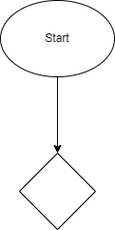
This is explore/diagramming/diagram.drawio.png from ibraheem-syed/sp24-cse110-lab4, a draw.io export, as it was before one commit. Source tidied: cells renumbered, new cells last; positions are measured from the earlier drawing's top-left corner, leaving out a move shared by most shapes. The source it was exported from:
```xml
<mxGraphModel>
  <root>
    <mxCell id="0" />
    <mxCell id="1" parent="0" />
    <mxCell id="2" style="edgeStyle=none;html=1;entryX=0.5;entryY=0;entryDx=0;entryDy=0;" parent="1" edge="1" source="3" target="4">
      <mxGeometry relative="1" as="geometry" />
    </mxCell>
    <mxCell id="3" value="Start" style="ellipse;whiteSpace=wrap;html=1;" parent="1" vertex="1">
      <mxGeometry width="120" height="80" as="geometry" />
    </mxCell>
    <mxCell id="4" style="rhombus;whiteSpace=wrap;html=1;" parent="1" vertex="1">
      <mxGeometry x="20" y="160" width="80" height="80" as="geometry" />
    </mxCell>
  </root>
</mxGraphModel>
```
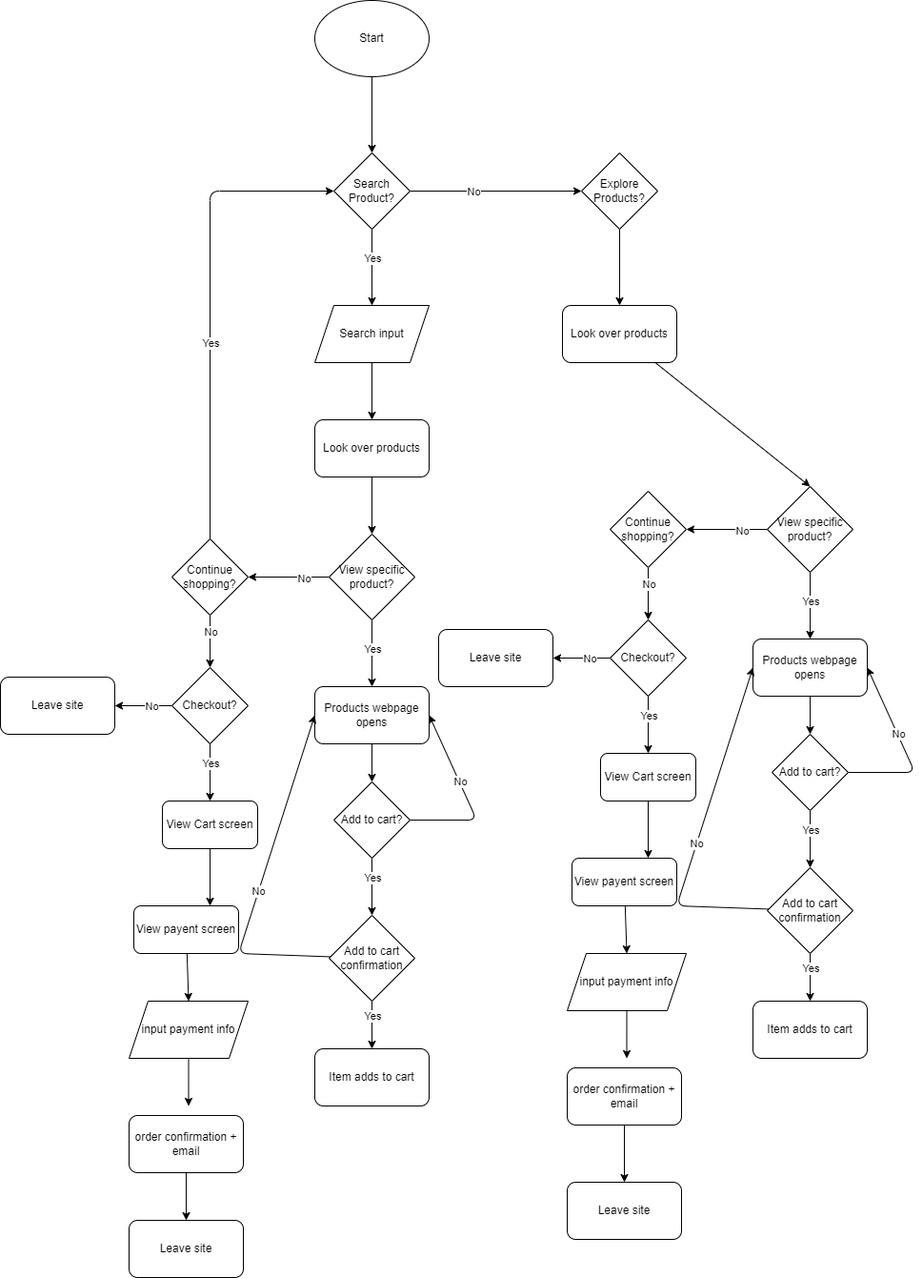
The same file after the commit.

Change to the diagram source:
```diff
@@ -8,8 +8,350 @@
     <mxCell id="3" value="Start" style="ellipse;whiteSpace=wrap;html=1;" parent="1" vertex="1">
       <mxGeometry width="120" height="80" as="geometry" />
     </mxCell>
+    <mxCell id="5" style="edgeStyle=none;html=1;entryX=0.5;entryY=0;entryDx=0;entryDy=0;" parent="1" edge="1" source="4" target="10">
+      <mxGeometry relative="1" as="geometry" />
+    </mxCell>
+    <mxCell id="6" value="Yes" style="edgeLabel;html=1;align=center;verticalAlign=middle;" parent="5" vertex="1">
+      <mxGeometry x="-0.26" relative="1" as="geometry" />
+    </mxCell>
+    <mxCell id="7" style="edgeStyle=none;html=1;entryX=0;entryY=0.5;entryDx=0;entryDy=0;" parent="1" edge="1" source="4" target="12">
+      <mxGeometry relative="1" as="geometry" />
+    </mxCell>
+    <mxCell id="8" value="No" style="edgeLabel;html=1;align=center;verticalAlign=middle;" parent="7" vertex="1">
+      <mxGeometry x="-0.26" relative="1" as="geometry" />
+    </mxCell>
-    <mxCell id="4" style="rhombus;whiteSpace=wrap;html=1;" parent="1" vertex="1">
+    <mxCell id="4" value="Search Product?" style="rhombus;whiteSpace=wrap;html=1;" parent="1" vertex="1">
       <mxGeometry x="20" y="160" width="80" height="80" as="geometry" />
     </mxCell>
+    <mxCell id="9" style="edgeStyle=none;html=1;" parent="1" edge="1" source="10">
+      <mxGeometry relative="1" as="geometry">
+        <mxPoint x="60" y="440" as="targetPoint" />
+      </mxGeometry>
+    </mxCell>
+    <mxCell id="10" value="Search input" style="shape=parallelogram;perimeter=parallelogramPerimeter;whiteSpace=wrap;html=1;fixedSize=1;" parent="1" vertex="1">
+      <mxGeometry y="320" width="120" height="60" as="geometry" />
+    </mxCell>
+    <mxCell id="11" style="edgeStyle=none;html=1;" parent="1" edge="1" source="12">
+      <mxGeometry relative="1" as="geometry">
+        <mxPoint x="320" y="320" as="targetPoint" />
+      </mxGeometry>
+    </mxCell>
+    <mxCell id="12" value="Explore Products?" style="rhombus;whiteSpace=wrap;html=1;" parent="1" vertex="1">
+      <mxGeometry x="280" y="160" width="80" height="80" as="geometry" />
+    </mxCell>
+    <mxCell id="13" style="edgeStyle=none;html=1;entryX=0.5;entryY=0;entryDx=0;entryDy=0;" parent="1" edge="1" source="14" target="21">
+      <mxGeometry relative="1" as="geometry" />
+    </mxCell>
+    <mxCell id="14" value="Look over products" style="rounded=1;whiteSpace=wrap;html=1;" parent="1" vertex="1">
+      <mxGeometry y="440" width="120" height="60" as="geometry" />
+    </mxCell>
+    <mxCell id="15" style="edgeStyle=none;html=1;entryX=0.5;entryY=0;entryDx=0;entryDy=0;" parent="1" edge="1" source="16" target="58">
+      <mxGeometry relative="1" as="geometry" />
+    </mxCell>
+    <mxCell id="16" value="Look over products" style="rounded=1;whiteSpace=wrap;html=1;" parent="1" vertex="1">
+      <mxGeometry x="260" y="320" width="120" height="60" as="geometry" />
+    </mxCell>
+    <mxCell id="17" style="edgeStyle=none;html=1;" parent="1" edge="1" source="21">
+      <mxGeometry relative="1" as="geometry">
+        <mxPoint x="60" y="720" as="targetPoint" />
+      </mxGeometry>
+    </mxCell>
+    <mxCell id="18" value="Yes" style="edgeLabel;html=1;align=center;verticalAlign=middle;" parent="17" vertex="1">
+      <mxGeometry x="-0.47" relative="1" as="geometry">
+        <mxPoint y="12" as="offset" />
+      </mxGeometry>
+    </mxCell>
+    <mxCell id="19" style="edgeStyle=none;html=1;" parent="1" edge="1" source="21">
+      <mxGeometry relative="1" as="geometry">
+        <mxPoint x="-70" y="605" as="targetPoint" />
+      </mxGeometry>
+    </mxCell>
+    <mxCell id="20" value="No" style="edgeLabel;html=1;align=center;verticalAlign=middle;" parent="19" vertex="1">
+      <mxGeometry x="-0.36" y="1" relative="1" as="geometry" />
+    </mxCell>
+    <mxCell id="21" value="View specific product?" style="rhombus;whiteSpace=wrap;html=1;" parent="1" vertex="1">
+      <mxGeometry x="15" y="560" width="90" height="90" as="geometry" />
+    </mxCell>
+    <mxCell id="22" style="edgeStyle=none;html=1;" parent="1" edge="1" source="23">
+      <mxGeometry relative="1" as="geometry">
+        <mxPoint x="60" y="820" as="targetPoint" />
+      </mxGeometry>
+    </mxCell>
+    <mxCell id="23" value="Products webpage opens" style="rounded=1;whiteSpace=wrap;html=1;" parent="1" vertex="1">
+      <mxGeometry y="720" width="120" height="60" as="geometry" />
+    </mxCell>
+    <mxCell id="24" style="edgeStyle=none;html=1;" parent="1" edge="1" source="28">
+      <mxGeometry relative="1" as="geometry">
+        <mxPoint x="60" y="960" as="targetPoint" />
+      </mxGeometry>
+    </mxCell>
+    <mxCell id="25" value="Yes" style="edgeLabel;html=1;align=center;verticalAlign=middle;" parent="24" vertex="1">
+      <mxGeometry x="0.47" y="-1" relative="1" as="geometry">
+        <mxPoint x="1" y="-24" as="offset" />
+      </mxGeometry>
+    </mxCell>
+    <mxCell id="26" style="edgeStyle=none;html=1;entryX=1;entryY=0.5;entryDx=0;entryDy=0;" parent="1" edge="1" source="28" target="23">
+      <mxGeometry relative="1" as="geometry">
+        <Array as="points">
+          <mxPoint x="170" y="860" />
+        </Array>
+      </mxGeometry>
+    </mxCell>
+    <mxCell id="27" value="No" style="edgeLabel;html=1;align=center;verticalAlign=middle;" parent="26" vertex="1">
+      <mxGeometry x="0.2" y="-1" relative="1" as="geometry">
+        <mxPoint y="1" as="offset" />
+      </mxGeometry>
+    </mxCell>
+    <mxCell id="28" value="Add to cart?" style="rhombus;whiteSpace=wrap;html=1;" parent="1" vertex="1">
+      <mxGeometry x="20" y="820" width="80" height="80" as="geometry" />
+    </mxCell>
+    <mxCell id="29" style="edgeStyle=none;html=1;" parent="1" edge="1" source="33">
+      <mxGeometry relative="1" as="geometry">
+        <mxPoint x="60" y="1100" as="targetPoint" />
+      </mxGeometry>
+    </mxCell>
+    <mxCell id="30" value="Yes" style="edgeLabel;html=1;align=center;verticalAlign=middle;" parent="29" vertex="1">
+      <mxGeometry x="-0.39" relative="1" as="geometry" />
+    </mxCell>
+    <mxCell id="31" style="edgeStyle=none;html=1;entryX=0;entryY=0.5;entryDx=0;entryDy=0;" parent="1" edge="1" source="33" target="23">
+      <mxGeometry relative="1" as="geometry">
+        <Array as="points">
+          <mxPoint x="-80" y="1000" />
+        </Array>
+      </mxGeometry>
+    </mxCell>
+    <mxCell id="32" value="No" style="edgeLabel;html=1;align=center;verticalAlign=middle;" parent="31" vertex="1">
+      <mxGeometry x="-0.08" relative="1" as="geometry" />
+    </mxCell>
+    <mxCell id="33" value="Add to cart confirmation" style="rhombus;whiteSpace=wrap;html=1;" parent="1" vertex="1">
+      <mxGeometry x="15" y="960" width="90" height="90" as="geometry" />
+    </mxCell>
+    <mxCell id="34" value="Item adds to cart" style="rounded=1;whiteSpace=wrap;html=1;" parent="1" vertex="1">
+      <mxGeometry y="1100" width="120" height="60" as="geometry" />
+    </mxCell>
+    <mxCell id="35" style="edgeStyle=none;html=1;entryX=0;entryY=0.5;entryDx=0;entryDy=0;" parent="1" edge="1" source="39" target="4">
+      <mxGeometry relative="1" as="geometry">
+        <Array as="points">
+          <mxPoint x="-110" y="200" />
+        </Array>
+      </mxGeometry>
+    </mxCell>
+    <mxCell id="36" value="Yes" style="edgeLabel;html=1;align=center;verticalAlign=middle;" parent="35" vertex="1">
+      <mxGeometry x="-0.17" relative="1" as="geometry" />
+    </mxCell>
+    <mxCell id="37" style="edgeStyle=none;html=1;" parent="1" edge="1" source="39">
+      <mxGeometry relative="1" as="geometry">
+        <mxPoint x="-110" y="700" as="targetPoint" />
+      </mxGeometry>
+    </mxCell>
+    <mxCell id="38" value="No" style="edgeLabel;html=1;align=center;verticalAlign=middle;" parent="37" vertex="1">
+      <mxGeometry x="-0.39" relative="1" as="geometry" />
+    </mxCell>
+    <mxCell id="39" value="Continue shopping?" style="rhombus;whiteSpace=wrap;html=1;" parent="1" vertex="1">
+      <mxGeometry x="-150" y="565" width="80" height="80" as="geometry" />
+    </mxCell>
+    <mxCell id="40" style="edgeStyle=none;html=1;" parent="1" edge="1" source="44">
+      <mxGeometry relative="1" as="geometry">
+        <mxPoint x="-110" y="840" as="targetPoint" />
+      </mxGeometry>
+    </mxCell>
+    <mxCell id="41" value="Yes" style="edgeLabel;html=1;align=center;verticalAlign=middle;" parent="40" vertex="1">
+      <mxGeometry x="-0.33" relative="1" as="geometry" />
+    </mxCell>
+    <mxCell id="42" style="edgeStyle=none;html=1;" parent="1" edge="1" source="44">
+      <mxGeometry relative="1" as="geometry">
+        <mxPoint x="-210" y="740" as="targetPoint" />
+      </mxGeometry>
+    </mxCell>
+    <mxCell id="43" value="No" style="edgeLabel;html=1;align=center;verticalAlign=middle;" parent="42" vertex="1">
+      <mxGeometry x="0.51" y="-1" relative="1" as="geometry">
+        <mxPoint x="23" y="1" as="offset" />
+      </mxGeometry>
+    </mxCell>
+    <mxCell id="44" value="Checkout?" style="rhombus;whiteSpace=wrap;html=1;" parent="1" vertex="1">
+      <mxGeometry x="-150" y="700" width="80" height="80" as="geometry" />
+    </mxCell>
+    <mxCell id="45" style="edgeStyle=none;html=1;" parent="1" edge="1" source="46">
+      <mxGeometry relative="1" as="geometry">
+        <mxPoint x="-110" y="950" as="targetPoint" />
+      </mxGeometry>
+    </mxCell>
+    <mxCell id="46" value="View Cart screen" style="rounded=1;whiteSpace=wrap;html=1;" parent="1" vertex="1">
+      <mxGeometry x="-160" y="840" width="100" height="50" as="geometry" />
+    </mxCell>
+    <mxCell id="47" style="edgeStyle=none;html=1;entryX=0.5;entryY=0;entryDx=0;entryDy=0;" parent="1" edge="1" source="48" target="50">
+      <mxGeometry relative="1" as="geometry" />
+    </mxCell>
+    <mxCell id="48" value="View payent screen" style="rounded=1;whiteSpace=wrap;html=1;" parent="1" vertex="1">
+      <mxGeometry x="-190" y="950" width="110" height="50" as="geometry" />
+    </mxCell>
+    <mxCell id="49" style="edgeStyle=none;html=1;" parent="1" edge="1" source="50">
+      <mxGeometry relative="1" as="geometry">
+        <mxPoint x="-132.5" y="1160" as="targetPoint" />
+      </mxGeometry>
+    </mxCell>
+    <mxCell id="50" value="input payment info" style="shape=parallelogram;perimeter=parallelogramPerimeter;whiteSpace=wrap;html=1;fixedSize=1;" parent="1" vertex="1">
+      <mxGeometry x="-195" y="1050" width="125" height="60" as="geometry" />
+    </mxCell>
+    <mxCell id="51" style="edgeStyle=none;html=1;" parent="1" edge="1" source="52">
+      <mxGeometry relative="1" as="geometry">
+        <mxPoint x="-135" y="1280" as="targetPoint" />
+      </mxGeometry>
+    </mxCell>
+    <mxCell id="52" value="order confirmation + email" style="rounded=1;whiteSpace=wrap;html=1;" parent="1" vertex="1">
+      <mxGeometry x="-195" y="1170" width="120" height="60" as="geometry" />
+    </mxCell>
+    <mxCell id="53" value="Leave site" style="rounded=1;whiteSpace=wrap;html=1;" parent="1" vertex="1">
+      <mxGeometry x="-330" y="710" width="120" height="60" as="geometry" />
+    </mxCell>
+    <mxCell id="54" style="edgeStyle=none;html=1;" parent="1" edge="1" source="58">
+      <mxGeometry relative="1" as="geometry">
+        <mxPoint x="520" y="670" as="targetPoint" />
+      </mxGeometry>
+    </mxCell>
+    <mxCell id="55" value="Yes" style="edgeLabel;html=1;align=center;verticalAlign=middle;" parent="54" vertex="1">
+      <mxGeometry x="-0.47" relative="1" as="geometry">
+        <mxPoint y="12" as="offset" />
+      </mxGeometry>
+    </mxCell>
+    <mxCell id="56" style="edgeStyle=none;html=1;" parent="1" edge="1" source="58">
+      <mxGeometry relative="1" as="geometry">
+        <mxPoint x="390" y="555" as="targetPoint" />
+      </mxGeometry>
+    </mxCell>
+    <mxCell id="57" value="No" style="edgeLabel;html=1;align=center;verticalAlign=middle;" parent="56" vertex="1">
+      <mxGeometry x="-0.36" y="1" relative="1" as="geometry" />
+    </mxCell>
+    <mxCell id="58" value="View specific product?" style="rhombus;whiteSpace=wrap;html=1;" parent="1" vertex="1">
+      <mxGeometry x="475" y="510" width="90" height="90" as="geometry" />
+    </mxCell>
+    <mxCell id="59" style="edgeStyle=none;html=1;" parent="1" edge="1" source="60">
+      <mxGeometry relative="1" as="geometry">
+        <mxPoint x="520" y="770" as="targetPoint" />
+      </mxGeometry>
+    </mxCell>
+    <mxCell id="60" value="Products webpage opens" style="rounded=1;whiteSpace=wrap;html=1;" parent="1" vertex="1">
+      <mxGeometry x="460" y="670" width="120" height="60" as="geometry" />
+    </mxCell>
+    <mxCell id="61" style="edgeStyle=none;html=1;" parent="1" edge="1" source="65">
+      <mxGeometry relative="1" as="geometry">
+        <mxPoint x="520" y="910" as="targetPoint" />
+      </mxGeometry>
+    </mxCell>
+    <mxCell id="62" value="Yes" style="edgeLabel;html=1;align=center;verticalAlign=middle;" parent="61" vertex="1">
+      <mxGeometry x="0.47" y="-1" relative="1" as="geometry">
+        <mxPoint x="1" y="-24" as="offset" />
+      </mxGeometry>
+    </mxCell>
+    <mxCell id="63" style="edgeStyle=none;html=1;entryX=1;entryY=0.5;entryDx=0;entryDy=0;" parent="1" edge="1" source="65" target="60">
+      <mxGeometry relative="1" as="geometry">
+        <Array as="points">
+          <mxPoint x="630" y="810" />
+        </Array>
+      </mxGeometry>
+    </mxCell>
+    <mxCell id="64" value="No" style="edgeLabel;html=1;align=center;verticalAlign=middle;" parent="63" vertex="1">
+      <mxGeometry x="0.2" y="-1" relative="1" as="geometry">
+        <mxPoint y="1" as="offset" />
+      </mxGeometry>
+    </mxCell>
+    <mxCell id="65" value="Add to cart?" style="rhombus;whiteSpace=wrap;html=1;" parent="1" vertex="1">
+      <mxGeometry x="480" y="770" width="80" height="80" as="geometry" />
+    </mxCell>
+    <mxCell id="66" style="edgeStyle=none;html=1;" parent="1" edge="1" source="70">
+      <mxGeometry relative="1" as="geometry">
+        <mxPoint x="520" y="1050" as="targetPoint" />
+      </mxGeometry>
+    </mxCell>
+    <mxCell id="67" value="Yes" style="edgeLabel;html=1;align=center;verticalAlign=middle;" parent="66" vertex="1">
+      <mxGeometry x="-0.39" relative="1" as="geometry" />
+    </mxCell>
+    <mxCell id="68" style="edgeStyle=none;html=1;entryX=0;entryY=0.5;entryDx=0;entryDy=0;" parent="1" edge="1" source="70" target="60">
+      <mxGeometry relative="1" as="geometry">
+        <Array as="points">
+          <mxPoint x="380" y="950" />
+        </Array>
+      </mxGeometry>
+    </mxCell>
+    <mxCell id="69" value="No" style="edgeLabel;html=1;align=center;verticalAlign=middle;" parent="68" vertex="1">
+      <mxGeometry x="-0.08" relative="1" as="geometry" />
+    </mxCell>
+    <mxCell id="70" value="Add to cart confirmation" style="rhombus;whiteSpace=wrap;html=1;" parent="1" vertex="1">
+      <mxGeometry x="475" y="910" width="90" height="90" as="geometry" />
+    </mxCell>
+    <mxCell id="71" value="Item adds to cart" style="rounded=1;whiteSpace=wrap;html=1;" parent="1" vertex="1">
+      <mxGeometry x="460" y="1050" width="120" height="60" as="geometry" />
+    </mxCell>
+    <mxCell id="72" style="edgeStyle=none;html=1;" parent="1" edge="1" source="74">
+      <mxGeometry relative="1" as="geometry">
+        <mxPoint x="350" y="650" as="targetPoint" />
+      </mxGeometry>
+    </mxCell>
+    <mxCell id="73" value="No" style="edgeLabel;html=1;align=center;verticalAlign=middle;" parent="72" vertex="1">
+      <mxGeometry x="-0.39" relative="1" as="geometry" />
+    </mxCell>
+    <mxCell id="74" value="Continue shopping?" style="rhombus;whiteSpace=wrap;html=1;" parent="1" vertex="1">
+      <mxGeometry x="310" y="515" width="80" height="80" as="geometry" />
+    </mxCell>
+    <mxCell id="75" style="edgeStyle=none;html=1;" parent="1" edge="1" source="79">
+      <mxGeometry relative="1" as="geometry">
+        <mxPoint x="350" y="790" as="targetPoint" />
+      </mxGeometry>
+    </mxCell>
+    <mxCell id="76" value="Yes" style="edgeLabel;html=1;align=center;verticalAlign=middle;" parent="75" vertex="1">
+      <mxGeometry x="-0.33" relative="1" as="geometry" />
+    </mxCell>
+    <mxCell id="77" style="edgeStyle=none;html=1;" parent="1" edge="1" source="79">
+      <mxGeometry relative="1" as="geometry">
+        <mxPoint x="250" y="690" as="targetPoint" />
+      </mxGeometry>
+    </mxCell>
+    <mxCell id="78" value="No" style="edgeLabel;html=1;align=center;verticalAlign=middle;" parent="77" vertex="1">
+      <mxGeometry x="0.51" y="-1" relative="1" as="geometry">
+        <mxPoint x="23" y="1" as="offset" />
+      </mxGeometry>
+    </mxCell>
+    <mxCell id="79" value="Checkout?" style="rhombus;whiteSpace=wrap;html=1;" parent="1" vertex="1">
+      <mxGeometry x="310" y="650" width="80" height="80" as="geometry" />
+    </mxCell>
+    <mxCell id="80" style="edgeStyle=none;html=1;" parent="1" edge="1" source="81">
+      <mxGeometry relative="1" as="geometry">
+        <mxPoint x="350" y="900" as="targetPoint" />
+      </mxGeometry>
+    </mxCell>
+    <mxCell id="81" value="View Cart screen" style="rounded=1;whiteSpace=wrap;html=1;" parent="1" vertex="1">
+      <mxGeometry x="300" y="790" width="100" height="50" as="geometry" />
+    </mxCell>
+    <mxCell id="82" style="edgeStyle=none;html=1;entryX=0.5;entryY=0;entryDx=0;entryDy=0;" parent="1" edge="1" source="83" target="85">
+      <mxGeometry relative="1" as="geometry" />
+    </mxCell>
+    <mxCell id="83" value="View payent screen" style="rounded=1;whiteSpace=wrap;html=1;" parent="1" vertex="1">
+      <mxGeometry x="270" y="900" width="110" height="50" as="geometry" />
+    </mxCell>
+    <mxCell id="84" style="edgeStyle=none;html=1;" parent="1" edge="1" source="85">
+      <mxGeometry relative="1" as="geometry">
+        <mxPoint x="327.5" y="1110" as="targetPoint" />
+      </mxGeometry>
+    </mxCell>
+    <mxCell id="85" value="input payment info" style="shape=parallelogram;perimeter=parallelogramPerimeter;whiteSpace=wrap;html=1;fixedSize=1;" parent="1" vertex="1">
+      <mxGeometry x="265" y="1000" width="125" height="60" as="geometry" />
+    </mxCell>
+    <mxCell id="86" style="edgeStyle=none;html=1;" parent="1" edge="1" source="87">
+      <mxGeometry relative="1" as="geometry">
+        <mxPoint x="325" y="1240" as="targetPoint" />
+      </mxGeometry>
+    </mxCell>
+    <mxCell id="87" value="order confirmation + email" style="rounded=1;whiteSpace=wrap;html=1;" parent="1" vertex="1">
+      <mxGeometry x="265" y="1120" width="120" height="60" as="geometry" />
+    </mxCell>
+    <mxCell id="88" value="Leave site" style="rounded=1;whiteSpace=wrap;html=1;" parent="1" vertex="1">
+      <mxGeometry x="130" y="660" width="120" height="60" as="geometry" />
+    </mxCell>
+    <mxCell id="89" value="Leave site" style="rounded=1;whiteSpace=wrap;html=1;" parent="1" vertex="1">
+      <mxGeometry x="-195" y="1280" width="120" height="60" as="geometry" />
+    </mxCell>
+    <mxCell id="90" value="Leave site" style="rounded=1;whiteSpace=wrap;html=1;" parent="1" vertex="1">
+      <mxGeometry x="265" y="1240" width="120" height="60" as="geometry" />
+    </mxCell>
   </root>
 </mxGraphModel>
```
